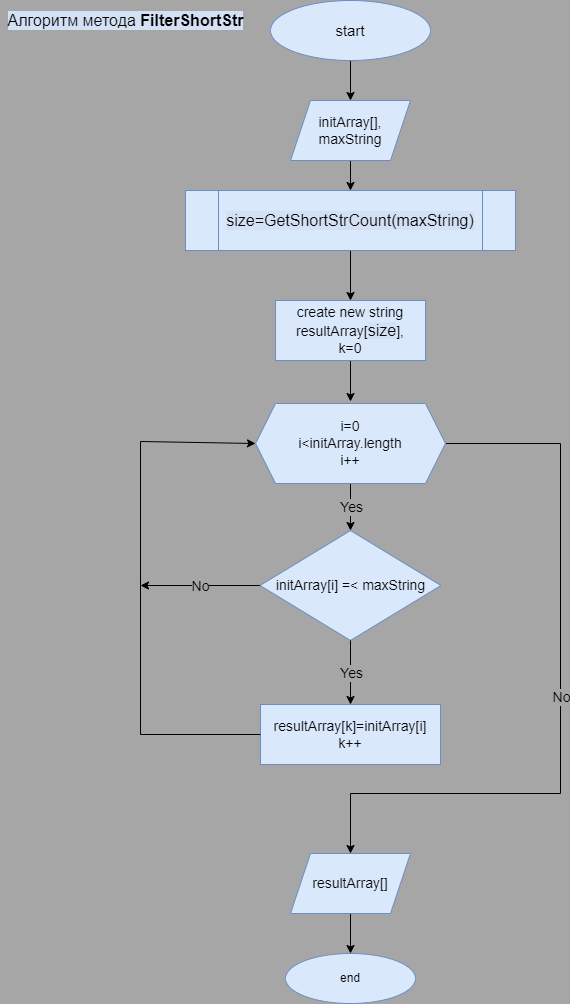
Earlier version of the draw.io export Flowchart1-1.png (Evercrow/TestWork1). Source tidied: cells renumbered, new cells last; positions are measured from the earlier drawing's top-left corner, leaving out a move shared by most shapes.
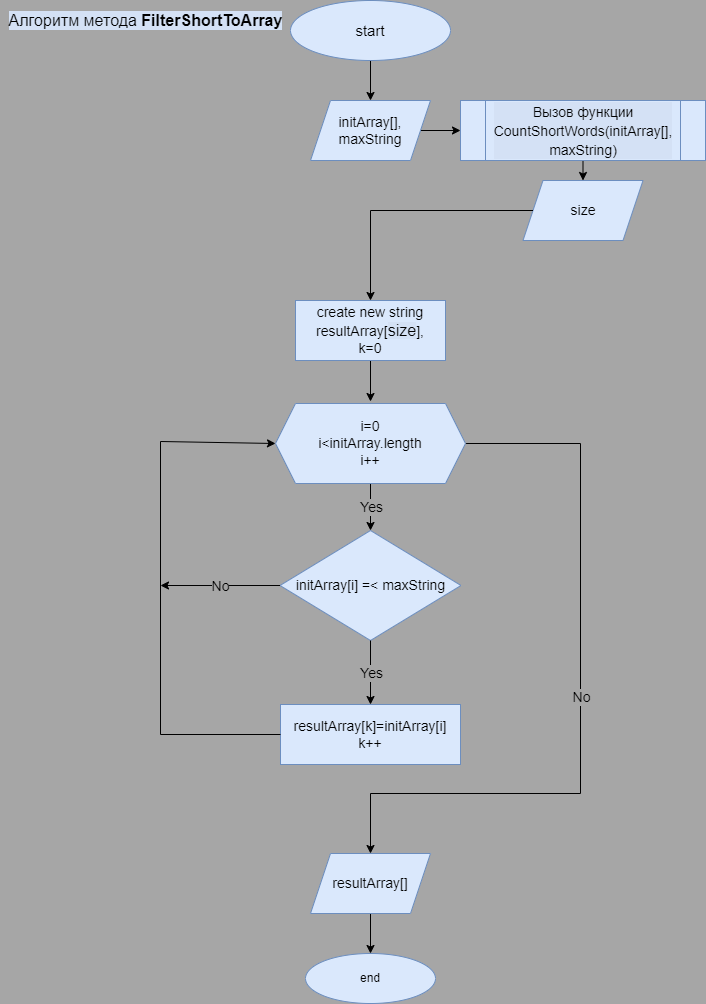
After the change.

The edit, as a diff of the source:
```diff
@@ -13,7 +13,7 @@
     <mxCell id="4" value="end" style="ellipse;whiteSpace=wrap;html=1;fillColor=#dae8fc;strokeColor=#6c8ebf;" parent="1" vertex="1">
       <mxGeometry x="285" y="953" width="130" height="50" as="geometry" />
     </mxCell>
-    <mxCell id="5" style="edgeStyle=orthogonalEdgeStyle;rounded=0;jettySize=auto;html=1;fontSize=14;fontColor=#000000;exitX=0.5;exitY=1;exitDx=0;exitDy=0;" parent="1" edge="1" source="25" target="7">
+    <mxCell id="5" style="edgeStyle=orthogonalEdgeStyle;rounded=0;jettySize=auto;html=1;fontSize=14;fontColor=#000000;exitX=0.5;exitY=1;exitDx=0;exitDy=0;entryX=0.5;entryY=0;entryDx=0;entryDy=0;" parent="1" edge="1" source="25" target="26">
       <mxGeometry relative="1" as="geometry" />
     </mxCell>
     <mxCell id="6" style="edgeStyle=orthogonalEdgeStyle;rounded=0;jettySize=auto;html=1;fontSize=14;fontColor=#000000;" parent="1" edge="1" source="7">
@@ -87,11 +87,21 @@
     <mxCell id="23" value="initArray[],&lt;br&gt;maxString" style="shape=parallelogram;perimeter=parallelogramPerimeter;whiteSpace=wrap;html=1;fixedSize=1;labelBackgroundColor=none;fontSize=14;fillColor=#dae8fc;strokeColor=#6c8ebf;" parent="1" vertex="1">
       <mxGeometry x="290" y="100" width="120" height="60" as="geometry" />
     </mxCell>
-    <mxCell id="24" value="&lt;span style=&quot;font-weight: normal&quot;&gt;Алгоритм метода &lt;/span&gt;FilterShortStr" style="text;html=1;align=center;verticalAlign=middle;strokeColor=none;fillColor=none;fontSize=16;fontColor=#000000;labelBackgroundColor=#D4E1F5;fontStyle=1;" parent="1" vertex="1">
-      <mxGeometry y="10" width="250" height="20" as="geometry" />
+    <mxCell id="24" value="&lt;span style=&quot;font-weight: normal&quot;&gt;Алгоритм метода &lt;/span&gt;FilterShortToArray" style="text;html=1;align=center;verticalAlign=middle;strokeColor=none;fillColor=none;fontSize=16;fontColor=#000000;labelBackgroundColor=#D4E1F5;fontStyle=1;" parent="1" vertex="1">
+      <mxGeometry x="-20" y="10" width="290" height="20" as="geometry" />
     </mxCell>
-    <mxCell id="25" value="size=GetShortStrCount(maxString)" style="shape=process;whiteSpace=wrap;html=1;backgroundOutline=1;labelBackgroundColor=#D4E1F5;fontSize=16;fillColor=#dae8fc;strokeColor=#6c8ebf;" parent="1" vertex="1">
-      <mxGeometry x="185" y="190" width="330" height="60" as="geometry" />
+    <mxCell id="25" value="&lt;span style=&quot;background-color: rgb(212, 225, 245); font-size: 14px;&quot;&gt;Вызов функции&lt;br&gt;CountShortWords(&lt;span style=&quot;&quot;&gt;initArray[],&lt;/span&gt;&lt;br style=&quot;&quot;&gt;&lt;span style=&quot;&quot;&gt;maxString)&lt;/span&gt;&lt;/span&gt;" style="shape=process;whiteSpace=wrap;html=1;backgroundOutline=1;labelBackgroundColor=#D4E1F5;fontSize=16;fillColor=#dae8fc;strokeColor=#6c8ebf;" parent="1" vertex="1">
+      <mxGeometry x="440" y="100" width="245" height="60" as="geometry" />
     </mxCell>
+    <mxCell id="26" value="size" style="shape=parallelogram;perimeter=parallelogramPerimeter;whiteSpace=wrap;html=1;fixedSize=1;labelBackgroundColor=none;fontSize=14;fillColor=#dae8fc;strokeColor=#6c8ebf;" parent="1" vertex="1">
+      <mxGeometry x="502.5" y="180" width="120" height="60" as="geometry" />
+    </mxCell>
+    <mxCell id="27" style="endArrow=classic;html=1;rounded=0;fontSize=14;exitX=0;exitY=0.5;exitDx=0;exitDy=0;entryX=0.5;entryY=0;entryDx=0;entryDy=0;" parent="1" edge="1" source="26" target="7">
+      <mxGeometry relative="1" as="geometry">
+        <Array as="points">
+          <mxPoint x="350" y="210" />
+        </Array>
+      </mxGeometry>
+    </mxCell>
   </root>
 </mxGraphModel>
```
